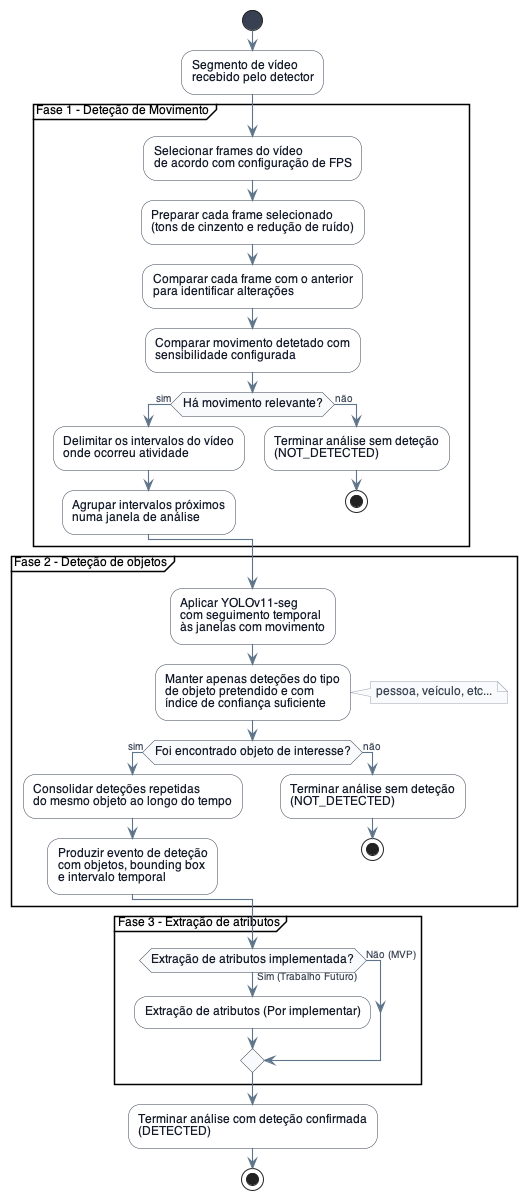
gustavocaiano/fuse keeps this PlantUML diagram as thesis/ch4/assets/detector-pipeline.png. Above is the earlier version. Its diagram source:
```plantuml
@startuml


skinparam backgroundColor white
skinparam shadowing false
skinparam defaultFontName Helvetica
skinparam defaultFontSize 12

skinparam ArrowColor #5D748A
skinparam ArrowThickness 1.1
skinparam ArrowFontColor #374151
skinparam ArrowFontSize 10

skinparam ActivityBorderColor #374151
skinparam ActivityBackgroundColor #FFFFFF
skinparam ActivityFontColor #111827
skinparam ActivityDiamondBorderColor #374151
skinparam ActivityDiamondBackgroundColor #F9FAFB
skinparam ActivityStartColor #374151
skinparam ActivityEndColor #374151

skinparam note {
  BorderColor #9CA3AF
  BackgroundColor #F9FAFB
  FontColor #374151
}

start

:Segmento de vídeo
recebido pelo detector;


partition "Fase 1 - Deteção de Movimento" {
  :Selecionar frames do vídeo
  de acordo com configuração de FPS;

  :Preparar cada frame selecionado
  (tons de cinzento e redução de ruído);

  :Comparar cada frame com o anterior
  para identificar alterações;

  :Comparar movimento detetado com
  sensibilidade configurada;

  if (Há movimento relevante?) then (sim)
    :Delimitar os intervalos do vídeo
    onde ocorreu atividade;

    :Agrupar intervalos próximos
    numa janela de análise;
  else (não)
    :Terminar análise sem deteção
    (NOT_DETECTED);
    stop
  endif
}

partition "Fase 2 - Deteção de objetos" {
  :Aplicar YOLOv11-seg
  com seguimento temporal
  às janelas com movimento;

  :Manter apenas deteções do tipo
  de objeto pretendido e com
  índice de confiança suficiente;

  note right
    pessoa, veículo, etc...
  end note

  if (Foi encontrado objeto de interesse?) then (sim)
    :Consolidar deteções repetidas
    do mesmo objeto ao longo do tempo;

    :Produzir evento de deteção
    com objetos, bounding box
    e intervalo temporal;
  else (não)
    :Terminar análise sem deteção
    (NOT_DETECTED);
    stop
  endif
}

partition "Fase 3 - Extração de atributos" {
  if (Extração de atributos implementada?) then (Sim (Trabalho Futuro))
    :Extração de atributos (Por implementar);
  else (Não (MVP))

  endif
}

:Terminar análise com deteção confirmada
(DETECTED);

stop

@enduml
```
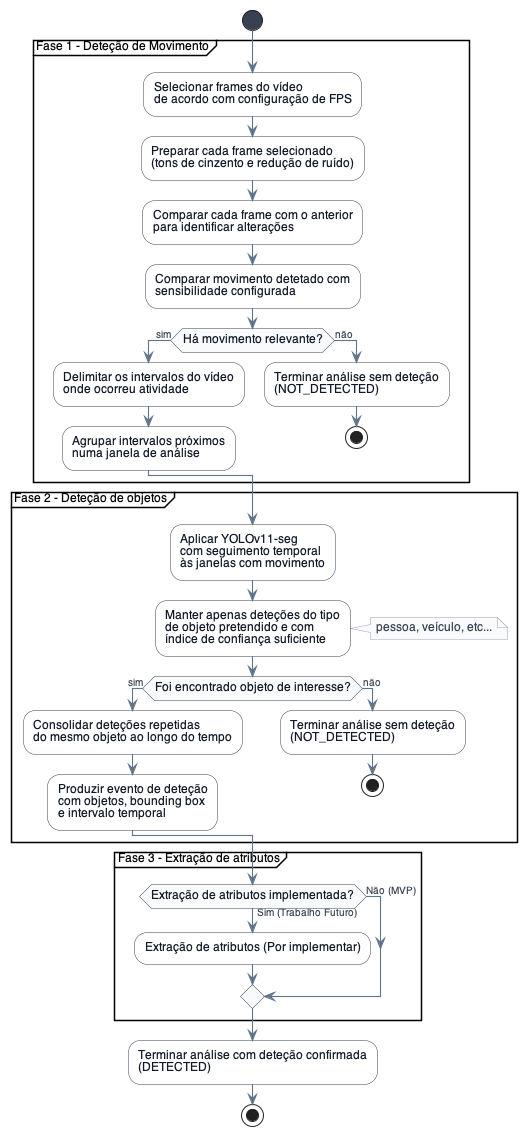
The same file after the commit.

The edit, as a diff of the source:
```diff
@@ -26,9 +26,6 @@
 }
 
 start
-
-:Segmento de vídeo
-recebido pelo detector;
 
 
 partition "Fase 1 - Deteção de Movimento" {
```
